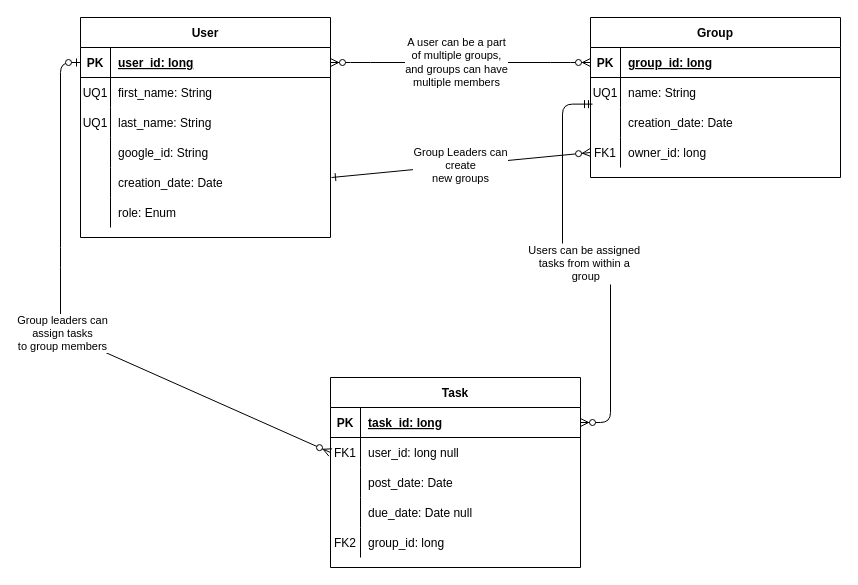
The draw.io diagram docs/work/capstone-erd.drawio in team-assignments/team-assignments.github.io, before the edit. Source tidied: cells renumbered, new cells numbered last; positions are measured from the earlier drawing's top-left corner, leaving out a move shared by most shapes. Both pictures are drawn from the tidied source at 100%, with x=0, y=0 at pixel (60, 17).
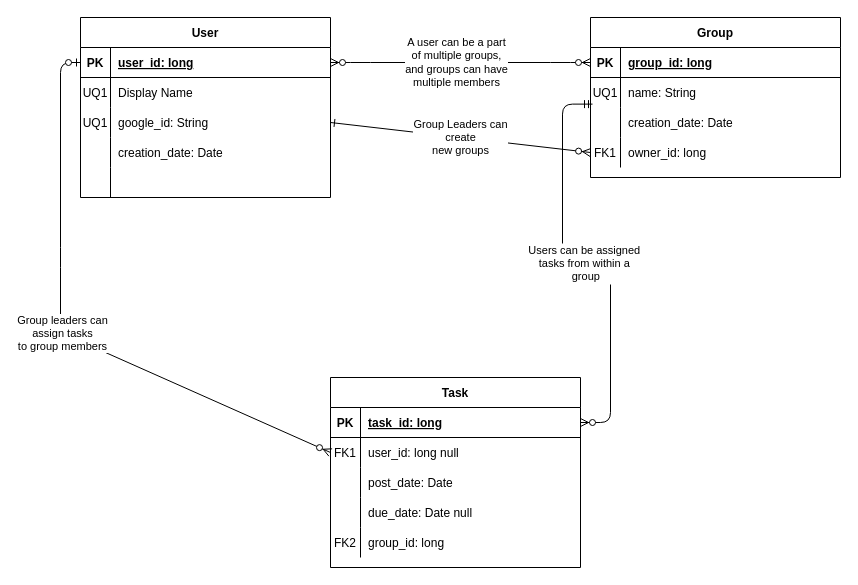
The same page after the edit.

The change refers to these unchanged cells:
```xml
<mxCell id="16" style="shape=partialRectangle;fillColor=none;points=[[0,0.5],[1,0.5]];portConstraint=eastwest;top=0;left=0;right=0;bottom=0;" parent="6" vertex="1">
  <mxGeometry y="120" width="250" height="30" as="geometry" />
</mxCell>
<mxCell id="39" style="shape=partialRectangle;fillColor=none;top=0;left=0;right=0;bottom=0;" parent="35" vertex="1">
  <mxGeometry y="60" width="250" height="30" as="geometry" />
</mxCell>
<mxCell id="42" style="shape=partialRectangle;fillColor=none;points=[[0,0.5],[1,0.5]];portConstraint=eastwest;top=0;left=0;right=0;bottom=0;" parent="35" vertex="1">
  <mxGeometry y="90" width="250" height="30" as="geometry" />
</mxCell>
<mxCell id="45" style="shape=partialRectangle;fillColor=none;top=0;left=0;right=0;bottom=0;" parent="35" vertex="1">
  <mxGeometry y="120" width="250" height="30" as="geometry" />
</mxCell>
<mxCell id="48" style="shape=partialRectangle;fillColor=none;top=0;left=0;right=0;bottom=0;" parent="35" vertex="1">
  <mxGeometry y="150" width="250" height="30" as="geometry" />
</mxCell>
```

Diff of the diagram source:
```diff
@@
     <mxCell id="35" value="User" style="shape=table;startSize=30;childLayout=tableLayout;rowLines=0;fontStyle=1;align=center;" parent="1" vertex="1">
-      <mxGeometry x="20" width="250" height="220" as="geometry" />
+      <mxGeometry x="20" width="250" height="180" as="geometry" />
     </mxCell>
@@
-    <mxCell id="41" value="first_name: String" style="shape=partialRectangle;overflow=hidden;fillColor=none;top=0;left=0;bottom=0;right=0;align=left;spacingLeft=6;" parent="39" vertex="1">
+    <mxCell id="41" value="Display Name" style="shape=partialRectangle;overflow=hidden;fillColor=none;top=0;left=0;bottom=0;right=0;align=left;spacingLeft=6;" parent="39" vertex="1">
       <mxGeometry x="30" width="220" height="30" as="geometry" />
     </mxCell>
@@
-    <mxCell id="44" value="last_name: String" style="shape=partialRectangle;overflow=hidden;fillColor=none;top=0;left=0;bottom=0;right=0;align=left;spacingLeft=6;" parent="42" vertex="1">
+    <mxCell id="44" value="google_id: String" style="shape=partialRectangle;overflow=hidden;fillColor=none;top=0;left=0;bottom=0;right=0;align=left;spacingLeft=6;" parent="42" vertex="1">
       <mxGeometry x="30" width="220" height="30" as="geometry" />
     </mxCell>
@@
-    <mxCell id="47" value="google_id: String" style="shape=partialRectangle;overflow=hidden;fillColor=none;top=0;left=0;bottom=0;right=0;align=left;spacingLeft=6;" parent="45" vertex="1">
+    <mxCell id="47" style="shape=partialRectangle;overflow=hidden;fillColor=none;top=0;left=0;bottom=0;right=0;align=left;spacingLeft=6;" parent="45" vertex="1">
       <mxGeometry x="30" width="220" height="30" as="geometry" />
     </mxCell>
@@
-    <mxCell id="50" value="creation_date: Date" style="shape=partialRectangle;overflow=hidden;fillColor=none;top=0;left=0;bottom=0;right=0;align=left;spacingLeft=6;" parent="48" vertex="1">
+    <mxCell id="50" style="shape=partialRectangle;overflow=hidden;fillColor=none;top=0;left=0;bottom=0;right=0;align=left;spacingLeft=6;" parent="48" vertex="1">
       <mxGeometry x="30" width="220" height="30" as="geometry" />
     </mxCell>
-    <mxCell id="51" style="shape=partialRectangle;fillColor=none;top=0;left=0;right=0;bottom=0;" parent="35" vertex="1">
-      <mxGeometry y="180" width="250" height="30" as="geometry" />
-    </mxCell>
-    <mxCell id="52" style="shape=partialRectangle;overflow=hidden;fillColor=none;top=0;left=0;bottom=0;right=0;" parent="51" vertex="1">
-      <mxGeometry width="30" height="30" as="geometry" />
-    </mxCell>
-    <mxCell id="53" value="role: Enum" style="shape=partialRectangle;overflow=hidden;fillColor=none;top=0;left=0;bottom=0;right=0;align=left;spacingLeft=6;" parent="51" vertex="1">
-      <mxGeometry x="30" width="220" height="30" as="geometry" />
-    </mxCell>
@@
-    <mxCell id="55" value="Group Leaders can &lt;br&gt;create&lt;br&gt;new groups" style="endArrow=ERzeroToMany;html=1;entryX=0;entryY=0.5;entryDx=0;entryDy=0;startArrow=ERone;startFill=0;endFill=1;" parent="1" edge="1" target="16">
-      <mxGeometry relative="1" as="geometry">
-        <mxPoint x="271" y="160" as="sourcePoint" />
-      </mxGeometry>
+    <mxCell id="55" value="Group Leaders can &lt;br&gt;create&lt;br&gt;new groups" style="endArrow=ERzeroToMany;html=1;entryX=0;entryY=0.5;entryDx=0;entryDy=0;startArrow=ERone;startFill=0;endFill=1;exitX=1;exitY=0.5;exitDx=0;exitDy=0;" parent="1" edge="1" source="42" target="16">
+      <mxGeometry relative="1" as="geometry" />
     </mxCell>
+    <mxCell id="56" value="creation_date: Date" style="shape=partialRectangle;overflow=hidden;fillColor=none;top=0;left=0;bottom=0;right=0;align=left;spacingLeft=6;" parent="1" vertex="1">
+      <mxGeometry x="50" y="120" width="220" height="30" as="geometry" />
+    </mxCell>
```
